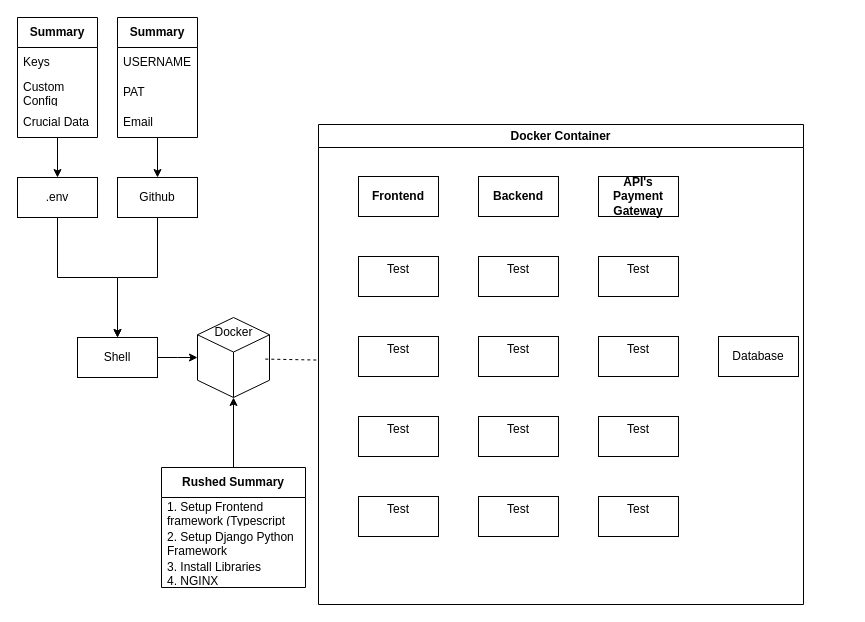
alejandroatacho/diagrams.net keeps this draw.io diagram as ArchDiagram.drawio. Above is the earlier version. Source tidied: cells renumbered, new cells numbered last; positions are measured from the earlier drawing's top-left corner, leaving out a move shared by most shapes. Both pictures are drawn from the tidied source at 100%, with x=0, y=0 at pixel (17, 17).
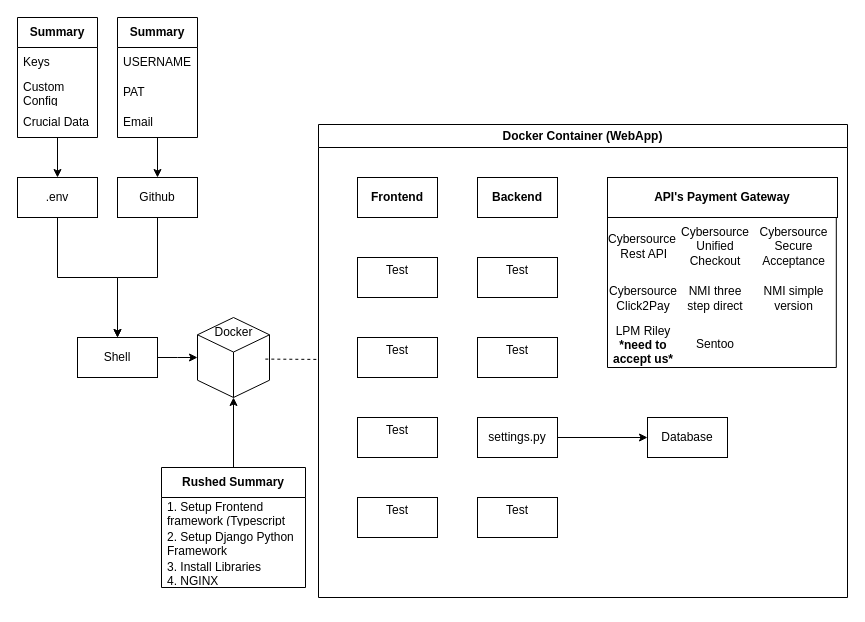
The same page after the edit.

The edit, as a diff of the source:
```diff
@@
-    <mxCell id="2" value="Test&lt;div&gt;&lt;br&gt;&lt;/div&gt;" style="rounded=0;whiteSpace=wrap;html=1;" parent="1" vertex="1">
-      <mxGeometry x="341" y="319" width="80" height="40" as="geometry" />
-    </mxCell>
-    <mxCell id="3" value="Test&lt;div&gt;&lt;br&gt;&lt;/div&gt;" style="rounded=0;whiteSpace=wrap;html=1;" parent="1" vertex="1">
-      <mxGeometry x="341" y="399" width="80" height="40" as="geometry" />
-    </mxCell>
-    <mxCell id="4" value="&lt;div&gt;&lt;b&gt;Frontend&lt;/b&gt;&lt;/div&gt;" style="rounded=0;whiteSpace=wrap;html=1;" parent="1" vertex="1">
-      <mxGeometry x="341" y="159" width="80" height="40" as="geometry" />
-    </mxCell>
-    <mxCell id="5" value="Test&lt;div&gt;&lt;br&gt;&lt;/div&gt;" style="rounded=0;whiteSpace=wrap;html=1;" parent="1" vertex="1">
-      <mxGeometry x="341" y="239" width="80" height="40" as="geometry" />
-    </mxCell>
-    <mxCell id="6" value="Test&lt;div&gt;&lt;br&gt;&lt;/div&gt;" style="rounded=0;whiteSpace=wrap;html=1;" parent="1" vertex="1">
-      <mxGeometry x="461" y="319" width="80" height="40" as="geometry" />
-    </mxCell>
-    <mxCell id="7" value="Test&lt;div&gt;&lt;br&gt;&lt;/div&gt;" style="rounded=0;whiteSpace=wrap;html=1;" parent="1" vertex="1">
-      <mxGeometry x="461" y="399" width="80" height="40" as="geometry" />
-    </mxCell>
-    <mxCell id="8" value="&lt;div&gt;&lt;b&gt;Backend&lt;/b&gt;&lt;/div&gt;" style="rounded=0;whiteSpace=wrap;html=1;" parent="1" vertex="1">
-      <mxGeometry x="461" y="159" width="80" height="40" as="geometry" />
-    </mxCell>
-    <mxCell id="9" value="Test&lt;div&gt;&lt;br&gt;&lt;/div&gt;" style="rounded=0;whiteSpace=wrap;html=1;" parent="1" vertex="1">
-      <mxGeometry x="461" y="239" width="80" height="40" as="geometry" />
-    </mxCell>
-    <mxCell id="10" value="Test&lt;div&gt;&lt;br&gt;&lt;/div&gt;" style="rounded=0;whiteSpace=wrap;html=1;" parent="1" vertex="1">
-      <mxGeometry x="581" y="319" width="80" height="40" as="geometry" />
-    </mxCell>
-    <mxCell id="11" value="Test&lt;div&gt;&lt;br&gt;&lt;/div&gt;" style="rounded=0;whiteSpace=wrap;html=1;" parent="1" vertex="1">
-      <mxGeometry x="581" y="399" width="80" height="40" as="geometry" />
-    </mxCell>
-    <mxCell id="12" value="&lt;div&gt;&lt;b&gt;API's Payment Gateway&lt;/b&gt;&lt;/div&gt;" style="rounded=0;whiteSpace=wrap;html=1;" parent="1" vertex="1">
-      <mxGeometry x="581" y="159" width="80" height="40" as="geometry" />
-    </mxCell>
-    <mxCell id="13" value="Test&lt;div&gt;&lt;br&gt;&lt;/div&gt;" style="rounded=0;whiteSpace=wrap;html=1;" parent="1" vertex="1">
-      <mxGeometry x="581" y="239" width="80" height="40" as="geometry" />
-    </mxCell>
-    <mxCell id="14" value="Test&lt;div&gt;&lt;br&gt;&lt;/div&gt;" style="rounded=0;whiteSpace=wrap;html=1;" parent="1" vertex="1">
-      <mxGeometry x="341" y="479" width="80" height="40" as="geometry" />
-    </mxCell>
-    <mxCell id="15" value="Test&lt;div&gt;&lt;br&gt;&lt;/div&gt;" style="rounded=0;whiteSpace=wrap;html=1;" parent="1" vertex="1">
-      <mxGeometry x="461" y="479" width="80" height="40" as="geometry" />
-    </mxCell>
-    <mxCell id="16" value="Test&lt;div&gt;&lt;br&gt;&lt;/div&gt;" style="rounded=0;whiteSpace=wrap;html=1;" parent="1" vertex="1">
-      <mxGeometry x="581" y="479" width="80" height="40" as="geometry" />
-    </mxCell>
-    <mxCell id="17" value="&lt;div&gt;Database&lt;/div&gt;" style="rounded=0;whiteSpace=wrap;html=1;" parent="1" vertex="1">
-      <mxGeometry x="701" y="319" width="80" height="40" as="geometry" />
-    </mxCell>
@@
-    <mxCell id="31" value="Docker Container" style="swimlane;whiteSpace=wrap;html=1;" parent="1" vertex="1">
-      <mxGeometry x="301" y="107" width="485" height="480" as="geometry" />
+    <mxCell id="31" value="Docker Container (WebApp)" style="swimlane;whiteSpace=wrap;html=1;" parent="1" vertex="1">
+      <mxGeometry x="301" y="107" width="529" height="473" as="geometry" />
     </mxCell>
+    <mxCell id="2" value="Test&lt;div&gt;&lt;br&gt;&lt;/div&gt;" style="rounded=0;whiteSpace=wrap;html=1;" parent="31" vertex="1">
+      <mxGeometry x="39" y="213" width="80" height="40" as="geometry" />
+    </mxCell>
+    <mxCell id="3" value="Test&lt;div&gt;&lt;br&gt;&lt;/div&gt;" style="rounded=0;whiteSpace=wrap;html=1;" parent="31" vertex="1">
+      <mxGeometry x="39" y="293" width="80" height="40" as="geometry" />
+    </mxCell>
+    <mxCell id="4" value="&lt;div&gt;&lt;b&gt;Frontend&lt;/b&gt;&lt;/div&gt;" style="rounded=0;whiteSpace=wrap;html=1;" parent="31" vertex="1">
+      <mxGeometry x="39" y="53" width="80" height="40" as="geometry" />
+    </mxCell>
+    <mxCell id="5" value="Test&lt;div&gt;&lt;br&gt;&lt;/div&gt;" style="rounded=0;whiteSpace=wrap;html=1;" parent="31" vertex="1">
+      <mxGeometry x="39" y="133" width="80" height="40" as="geometry" />
+    </mxCell>
+    <mxCell id="6" value="Test&lt;div&gt;&lt;br&gt;&lt;/div&gt;" style="rounded=0;whiteSpace=wrap;html=1;" parent="31" vertex="1">
+      <mxGeometry x="159" y="213" width="80" height="40" as="geometry" />
+    </mxCell>
+    <mxCell id="43" style="edgeStyle=orthogonalEdgeStyle;rounded=0;jettySize=auto;html=1;" parent="31" edge="1" source="7" target="17">
+      <mxGeometry relative="1" as="geometry" />
+    </mxCell>
+    <mxCell id="7" value="&lt;div&gt;settings.py&lt;/div&gt;" style="rounded=0;whiteSpace=wrap;html=1;" parent="31" vertex="1">
+      <mxGeometry x="159" y="293" width="80" height="40" as="geometry" />
+    </mxCell>
+    <mxCell id="8" value="&lt;div&gt;&lt;b&gt;Backend&lt;/b&gt;&lt;/div&gt;" style="rounded=0;whiteSpace=wrap;html=1;" parent="31" vertex="1">
+      <mxGeometry x="159" y="53" width="80" height="40" as="geometry" />
+    </mxCell>
+    <mxCell id="9" value="Test&lt;div&gt;&lt;br&gt;&lt;/div&gt;" style="rounded=0;whiteSpace=wrap;html=1;" parent="31" vertex="1">
+      <mxGeometry x="159" y="133" width="80" height="40" as="geometry" />
+    </mxCell>
+    <mxCell id="14" value="Test&lt;div&gt;&lt;br&gt;&lt;/div&gt;" style="rounded=0;whiteSpace=wrap;html=1;" parent="31" vertex="1">
+      <mxGeometry x="39" y="373" width="80" height="40" as="geometry" />
+    </mxCell>
+    <mxCell id="15" value="Test&lt;div&gt;&lt;br&gt;&lt;/div&gt;" style="rounded=0;whiteSpace=wrap;html=1;" parent="31" vertex="1">
+      <mxGeometry x="159" y="373" width="80" height="40" as="geometry" />
+    </mxCell>
+    <mxCell id="44" style="group;" parent="31" vertex="1">
+      <mxGeometry x="289" y="53" width="230" height="190" as="geometry" />
+    </mxCell>
+    <mxCell id="12" value="&lt;div&gt;&lt;b&gt;API's Payment Gateway&lt;/b&gt;&lt;/div&gt;" style="rounded=0;whiteSpace=wrap;html=1;" parent="44" vertex="1">
+      <mxGeometry width="230" height="40" as="geometry" />
+    </mxCell>
+    <mxCell id="45" style="shape=table;html=1;whiteSpace=wrap;startSize=0;childLayout=tableLayout;columnLines=0;rowLines=0;fontSize=16;strokeColor=default;" parent="44" vertex="1">
+      <mxGeometry y="40" width="228.8" height="150" as="geometry" />
+    </mxCell>
+    <mxCell id="46" style="shape=tableRow;horizontal=0;startSize=0;swimlaneHead=0;swimlaneBody=0;top=0;left=0;bottom=0;right=0;fillColor=none;fontSize=16;strokeColor=inherit;" parent="45" vertex="1">
+      <mxGeometry width="228.8" height="58" as="geometry" />
+    </mxCell>
+    <mxCell id="47" value="Cybersource&amp;nbsp;&lt;div&gt;Rest API&lt;/div&gt;" style="shape=partialRectangle;html=1;whiteSpace=wrap;fillColor=none;top=0;left=0;bottom=0;right=0;overflow=hidden;fontSize=12;strokeColor=inherit;" parent="46" vertex="1">
+      <mxGeometry width="72" height="58" as="geometry" />
+    </mxCell>
+    <mxCell id="48" value="Cybersource Unified Checkout" style="shape=partialRectangle;html=1;whiteSpace=wrap;fillColor=none;top=0;left=0;bottom=0;right=0;overflow=hidden;fontSize=12;strokeColor=inherit;" parent="46" vertex="1">
+      <mxGeometry x="72" width="72" height="58" as="geometry" />
+    </mxCell>
+    <mxCell id="49" value="Cybersource Secure Acceptance" style="shape=partialRectangle;html=1;whiteSpace=wrap;fillColor=none;top=0;left=0;bottom=0;right=0;overflow=hidden;fontSize=12;strokeColor=inherit;" parent="46" vertex="1">
+      <mxGeometry x="144" width="85" height="58" as="geometry" />
+    </mxCell>
+    <mxCell id="50" style="shape=tableRow;horizontal=0;startSize=0;swimlaneHead=0;swimlaneBody=0;top=0;left=0;bottom=0;right=0;fillColor=none;fontSize=16;strokeColor=inherit;" parent="45" vertex="1">
+      <mxGeometry y="58" width="228.8" height="46" as="geometry" />
+    </mxCell>
+    <mxCell id="51" value="Cybersource Click2Pay" style="shape=partialRectangle;html=1;whiteSpace=wrap;fillColor=none;top=0;left=0;bottom=0;right=0;overflow=hidden;fontSize=12;strokeColor=inherit;" parent="50" vertex="1">
+      <mxGeometry width="72" height="46" as="geometry" />
+    </mxCell>
+    <mxCell id="52" value="NMI three step direct" style="shape=partialRectangle;html=1;whiteSpace=wrap;fillColor=none;top=0;left=0;bottom=0;right=0;overflow=hidden;fontSize=12;strokeColor=inherit;" parent="50" vertex="1">
+      <mxGeometry x="72" width="72" height="46" as="geometry" />
+    </mxCell>
+    <mxCell id="53" value="NMI simple version" style="shape=partialRectangle;html=1;whiteSpace=wrap;fillColor=none;top=0;left=0;bottom=0;right=0;overflow=hidden;fontSize=12;strokeColor=inherit;" parent="50" vertex="1">
+      <mxGeometry x="144" width="85" height="46" as="geometry" />
+    </mxCell>
+    <mxCell id="54" style="shape=tableRow;horizontal=0;startSize=0;swimlaneHead=0;swimlaneBody=0;top=0;left=0;bottom=0;right=0;fillColor=none;fontSize=16;strokeColor=inherit;" parent="45" vertex="1">
+      <mxGeometry y="104" width="228.8" height="46" as="geometry" />
+    </mxCell>
+    <mxCell id="55" value="LPM Riley&lt;b&gt; *need to accept us*&lt;/b&gt;" style="shape=partialRectangle;html=1;whiteSpace=wrap;fillColor=none;top=0;left=0;bottom=0;right=0;overflow=hidden;fontSize=12;strokeColor=inherit;" parent="54" vertex="1">
+      <mxGeometry width="72" height="46" as="geometry" />
+    </mxCell>
+    <mxCell id="56" value="Sentoo" style="shape=partialRectangle;html=1;whiteSpace=wrap;fillColor=none;top=0;left=0;bottom=0;right=0;overflow=hidden;fontSize=12;strokeColor=inherit;" parent="54" vertex="1">
+      <mxGeometry x="72" width="72" height="46" as="geometry" />
+    </mxCell>
+    <mxCell id="57" style="shape=partialRectangle;html=1;whiteSpace=wrap;fillColor=none;top=0;left=0;bottom=0;right=0;overflow=hidden;fontSize=12;strokeColor=inherit;" parent="54" vertex="1">
+      <mxGeometry x="144" width="85" height="46" as="geometry" />
+    </mxCell>
+    <mxCell id="17" value="&lt;div&gt;Database&lt;/div&gt;" style="rounded=0;whiteSpace=wrap;html=1;" parent="31" vertex="1">
+      <mxGeometry x="329" y="293" width="80" height="40" as="geometry" />
+    </mxCell>
```
